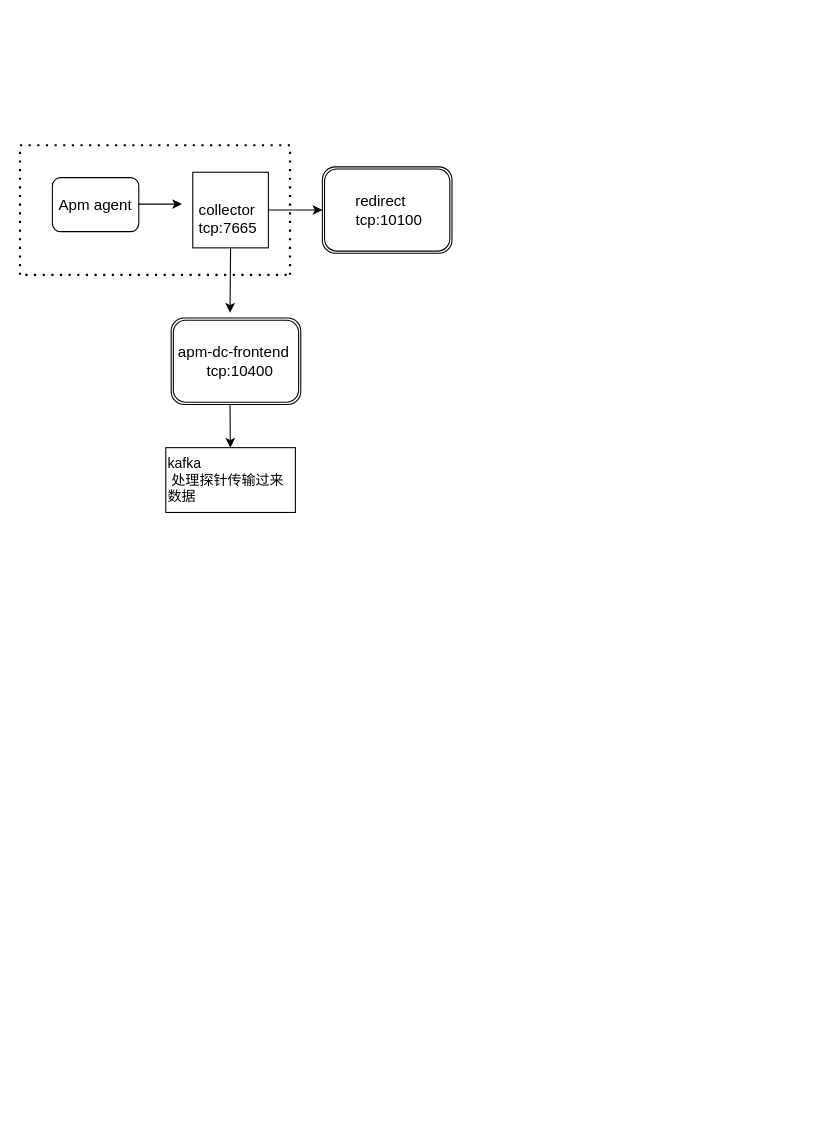
The draw.io diagram 南京银行N card.drawio in zeng0550/free-programming-books, before the edit. Source tidied: cells renumbered, new cells numbered last; positions are measured from the earlier drawing's top-left corner, leaving out a move shared by most shapes. Both pictures are drawn from the tidied source at 108%, with x=0, y=0 at pixel (19, 145).
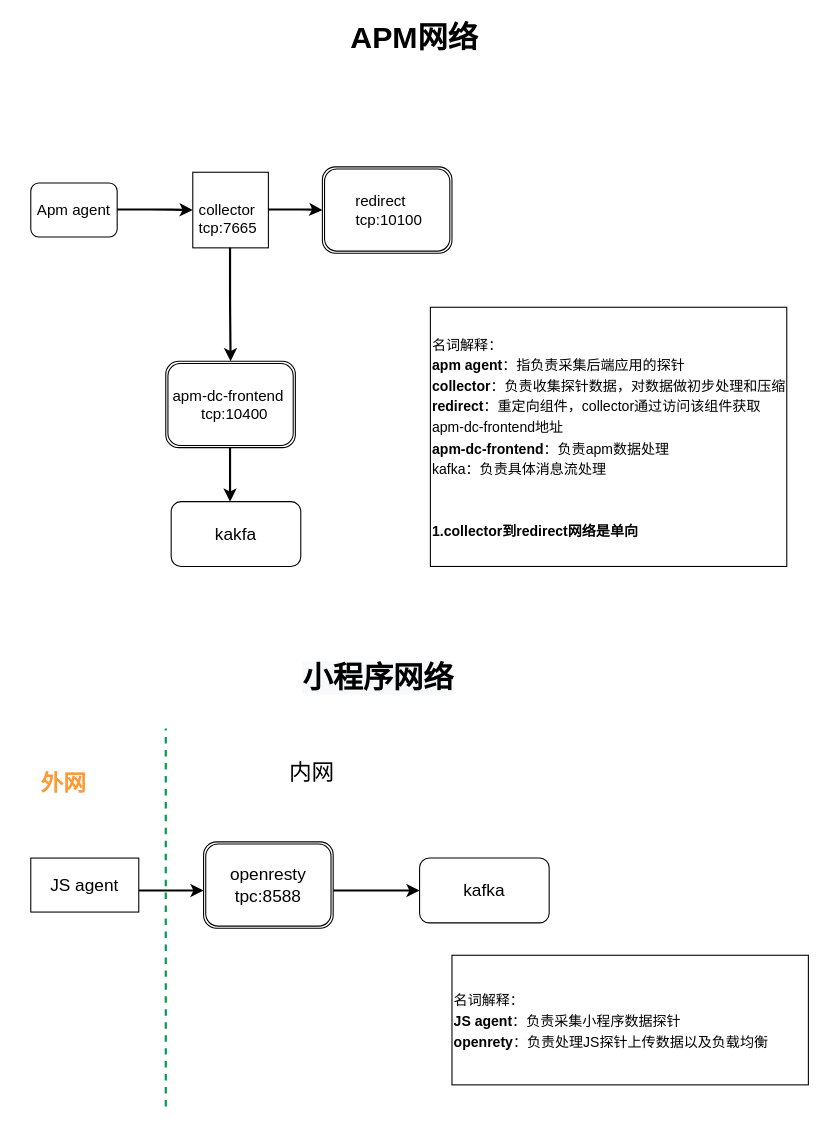
The same page after the edit.

Commit message:
更新南京银行N card.drawio

Change to the diagram source:
```diff
@@
     <mxCell id="2" value="Apm agent" style="rounded=1;whiteSpace=wrap;html=1;fontSize=14;" parent="1" vertex="1">
-      <mxGeometry x="30" y="30" width="80" height="50" as="geometry" />
+      <mxGeometry x="10" y="35" width="80" height="50" as="geometry" />
     </mxCell>
-    <mxCell id="3" style="endArrow=classic;html=1;" parent="1" edge="1">
-      <mxGeometry relative="1" as="geometry">
-        <mxPoint x="110" y="54.5" as="sourcePoint" />
-        <mxPoint x="150" y="54.5" as="targetPoint" />
-        <Array as="points">
-          <mxPoint x="140" y="54.5" />
-        </Array>
-      </mxGeometry>
-    </mxCell>
@@
-    <mxCell id="5" style="endArrow=classic;html=1;fontSize=14;" parent="1" edge="1">
-      <mxGeometry relative="1" as="geometry">
-        <mxPoint x="230" y="60" as="sourcePoint" />
-        <mxPoint x="280" y="60" as="targetPoint" />
-        <Array as="points">
-          <mxPoint x="250" y="60" />
-        </Array>
-      </mxGeometry>
-    </mxCell>
@@
-    <mxCell id="7" style="endArrow=classic;html=1;fontSize=14;" parent="1" edge="1">
-      <mxGeometry relative="1" as="geometry">
-        <mxPoint x="195" y="95" as="sourcePoint" />
-        <mxPoint x="194.5" y="155" as="targetPoint" />
-      </mxGeometry>
-    </mxCell>
     <mxCell id="8" value="apm-dc-frontend&amp;nbsp; &amp;nbsp; tcp:10400" style="shape=ext;double=1;rounded=1;whiteSpace=wrap;html=1;fontSize=14;align=center;" parent="1" vertex="1">
-      <mxGeometry x="140" y="160" width="120" height="80" as="geometry" />
+      <mxGeometry x="135" y="200" width="120" height="80" as="geometry" />
     </mxCell>
-    <mxCell id="9" style="endArrow=classic;html=1;fontSize=14;" parent="1" edge="1" target="10">
-      <mxGeometry relative="1" as="geometry">
-        <mxPoint x="194.5" y="240" as="sourcePoint" />
-      </mxGeometry>
-    </mxCell>
-    <mxCell id="10" value="kafka&amp;nbsp; &amp;nbsp; &amp;nbsp; &amp;nbsp; &amp;nbsp; &amp;nbsp; &amp;nbsp; &amp;nbsp; &amp;nbsp; &amp;nbsp; &amp;nbsp; &amp;nbsp;处理探针传输过来数据" style="rounded=0;whiteSpace=wrap;html=1;fontSize=13;align=left;" parent="1" vertex="1">
-      <mxGeometry x="135" y="280" width="120" height="60" as="geometry" />
-    </mxCell>
-    <mxCell id="11" style="endArrow=none;dashed=1;html=1;dashPattern=1 3;strokeWidth=2;fontSize=13;" parent="1" edge="1">
-      <mxGeometry relative="1" as="geometry">
-        <mxPoint y="120" as="sourcePoint" />
-        <mxPoint as="targetPoint" />
-      </mxGeometry>
-    </mxCell>
-    <mxCell id="12" style="endArrow=none;dashed=1;html=1;dashPattern=1 3;strokeWidth=2;fontSize=13;labelBorderColor=#00CCCC;" parent="1" edge="1">
-      <mxGeometry relative="1" as="geometry">
-        <mxPoint x="250" y="120" as="sourcePoint" />
-        <mxPoint x="250" as="targetPoint" />
-      </mxGeometry>
-    </mxCell>
-    <mxCell id="13" style="endArrow=none;dashed=1;html=1;dashPattern=1 3;strokeWidth=2;fontSize=13;labelBorderColor=#00CC00;" parent="1" edge="1">
-      <mxGeometry relative="1" as="geometry">
-        <mxPoint as="sourcePoint" />
-        <mxPoint x="250" as="targetPoint" />
-      </mxGeometry>
-    </mxCell>
-    <mxCell id="14" style="endArrow=none;dashed=1;html=1;dashPattern=1 3;strokeWidth=2;fontSize=13;labelBorderColor=#000000;" parent="1" edge="1">
-      <mxGeometry relative="1" as="geometry">
-        <mxPoint x="5" y="120" as="sourcePoint" />
-        <mxPoint x="250" y="120" as="targetPoint" />
-      </mxGeometry>
-    </mxCell>
+    <mxCell id="15" value="&lt;span style=&quot;font-size: 13px&quot;&gt;名词解释：&lt;br&gt;&lt;b&gt;apm agent&lt;/b&gt;：指负责采集后端应用的探针&lt;br&gt;&lt;b&gt;collector&lt;/b&gt;：负责收集探针数据，对数据做初步处理和压缩&lt;br&gt;&lt;b&gt;redirect&lt;/b&gt;：重定向组件，collector通过访问该组件获取apm-dc-frontend地址&lt;br&gt;&lt;b&gt;apm-dc-frontend&lt;/b&gt;：负责apm数据处理&amp;nbsp; &amp;nbsp; &amp;nbsp; &amp;nbsp; &amp;nbsp; &amp;nbsp; &amp;nbsp; &amp;nbsp; &amp;nbsp; &amp;nbsp; &amp;nbsp; &amp;nbsp; &amp;nbsp; &amp;nbsp; &amp;nbsp; kafka：负责具体消息流处理&lt;br&gt;&lt;br&gt;&lt;b&gt;&lt;br&gt;1.collector到redirect网络是单向&lt;/b&gt;&lt;br&gt;&lt;/span&gt;" style="whiteSpace=wrap;html=1;fontSize=16;fontColor=#000000;align=left;" parent="1" vertex="1">
+      <mxGeometry x="380" y="150" width="330" height="240" as="geometry" />
+    </mxCell>
+    <mxCell id="16" style="endArrow=classic;html=1;fontSize=16;fontColor=#000000;strokeWidth=2;" parent="1" edge="1">
+      <mxGeometry relative="1" as="geometry">
+        <mxPoint x="90" y="59.5" as="sourcePoint" />
+        <mxPoint x="160" y="60" as="targetPoint" />
+        <Array as="points">
+          <mxPoint x="130" y="59.5" />
+        </Array>
+      </mxGeometry>
+    </mxCell>
+    <mxCell id="17" value="&lt;font style=&quot;font-size: 28px&quot;&gt;APM网络&lt;/font&gt;" style="text;html=1;align=center;verticalAlign=middle;strokeColor=none;fillColor=none;fontSize=16;fontColor=#000000;fontStyle=1;" parent="1" vertex="1">
+      <mxGeometry x="300" y="-115" width="130" height="30" as="geometry" />
+    </mxCell>
+    <mxCell id="18" style="endArrow=classic;html=1;fontSize=16;fontColor=#000000;strokeWidth=2;entryX=0.5;entryY=0;entryDx=0;entryDy=0;" parent="1" edge="1" target="8">
+      <mxGeometry relative="1" as="geometry">
+        <mxPoint x="194.5" y="95" as="sourcePoint" />
+        <Array as="points">
+          <mxPoint x="194.5" y="125" />
+          <mxPoint x="194.5" y="145" />
+        </Array>
+      </mxGeometry>
+    </mxCell>
+    <mxCell id="19" style="endArrow=classic;html=1;fontSize=16;fontColor=#000000;strokeWidth=2;" parent="1" edge="1">
+      <mxGeometry relative="1" as="geometry">
+        <mxPoint x="230" y="59.5" as="sourcePoint" />
+        <mxPoint x="280" y="60" as="targetPoint" />
+        <Array as="points">
+          <mxPoint x="270" y="59.5" />
+        </Array>
+      </mxGeometry>
+    </mxCell>
+    <mxCell id="20" value="JS agent" style="rounded=0;whiteSpace=wrap;html=1;fontSize=16;fontColor=#000000;align=center;" parent="1" vertex="1">
+      <mxGeometry x="10" y="660" width="100" height="50" as="geometry" />
+    </mxCell>
+    <mxCell id="21" style="endArrow=classic;html=1;fontSize=16;fontColor=#000000;strokeColor=#000000;strokeWidth=2;" parent="1" edge="1">
+      <mxGeometry relative="1" as="geometry">
+        <mxPoint x="110" y="690" as="sourcePoint" />
+        <mxPoint x="170" y="690" as="targetPoint" />
+      </mxGeometry>
+    </mxCell>
+    <mxCell id="22" value="openresty tpc:8588" style="shape=ext;double=1;rounded=1;whiteSpace=wrap;html=1;fontSize=16;fontColor=#000000;align=center;" parent="1" vertex="1">
+      <mxGeometry x="170" y="645" width="120" height="80" as="geometry" />
+    </mxCell>
+    <mxCell id="23" style="endArrow=classic;html=1;fontSize=16;fontColor=#000000;strokeColor=#000000;strokeWidth=2;" parent="1" edge="1">
+      <mxGeometry relative="1" as="geometry">
+        <mxPoint x="290" y="690" as="sourcePoint" />
+        <mxPoint x="370" y="690" as="targetPoint" />
+      </mxGeometry>
+    </mxCell>
+    <mxCell id="24" value="kafka" style="rounded=1;whiteSpace=wrap;html=1;fontSize=16;fontColor=#000000;align=center;" parent="1" vertex="1">
+      <mxGeometry x="370" y="660" width="120" height="60" as="geometry" />
+    </mxCell>
+    <mxCell id="25" value="kakfa" style="rounded=1;whiteSpace=wrap;html=1;fontSize=16;fontColor=#000000;align=center;" parent="1" vertex="1">
+      <mxGeometry x="140" y="330" width="120" height="60" as="geometry" />
+    </mxCell>
+    <mxCell id="26" style="endArrow=classic;html=1;fontSize=16;fontColor=#000000;strokeColor=#000000;strokeWidth=2;" parent="1" edge="1">
+      <mxGeometry relative="1" as="geometry">
+        <mxPoint x="194.5" y="280" as="sourcePoint" />
+        <mxPoint x="194.5" y="330" as="targetPoint" />
+      </mxGeometry>
+    </mxCell>
+    <mxCell id="27" value="&lt;span style=&quot;font-size: 13px&quot;&gt;名词解释：&lt;br&gt;&lt;b&gt;JS agent&lt;/b&gt;：负责采集小程序数据探针&lt;br&gt;&lt;b&gt;openrety&lt;/b&gt;：负责处理JS探针上传数据以及负载均衡&lt;br&gt;&lt;/span&gt;" style="whiteSpace=wrap;html=1;fontSize=16;fontColor=#000000;align=left;" parent="1" vertex="1">
+      <mxGeometry x="400" y="750" width="330" height="120" as="geometry" />
+    </mxCell>
+    <mxCell id="28" value="&lt;span style=&quot;color: rgb(0, 0, 0); font-family: helvetica; font-size: 28px; font-style: normal; letter-spacing: normal; text-align: center; text-indent: 0px; text-transform: none; word-spacing: 0px; background-color: rgb(248, 249, 250); display: inline; float: none;&quot;&gt;小程序网络&lt;/span&gt;" style="text;whiteSpace=wrap;html=1;fontSize=16;fontColor=#000000;fontStyle=1;" parent="1" vertex="1">
+      <mxGeometry x="260" y="470" width="190" height="40" as="geometry" />
+    </mxCell>
+    <mxCell id="29" style="endArrow=none;dashed=1;html=1;fontSize=12;strokeWidth=2;fontColor=#FF9933;strokeColor=#00994D;" parent="1" edge="1">
+      <mxGeometry relative="1" as="geometry">
+        <mxPoint x="135" y="890" as="sourcePoint" />
+        <mxPoint x="135" y="540" as="targetPoint" />
+      </mxGeometry>
+    </mxCell>
+    <mxCell id="30" value="外网" style="text;html=1;align=center;verticalAlign=middle;strokeColor=none;fillColor=none;fontSize=21;fontColor=#FF9933;fontStyle=1;" parent="1" vertex="1">
+      <mxGeometry x="10" y="575" width="60" height="30" as="geometry" />
+    </mxCell>
+    <mxCell id="31" value="内网" style="text;html=1;align=center;verticalAlign=middle;strokeColor=none;fillColor=none;fontSize=21;" parent="1" vertex="1">
+      <mxGeometry x="240" y="565" width="60" height="30" as="geometry" />
+    </mxCell>
```
